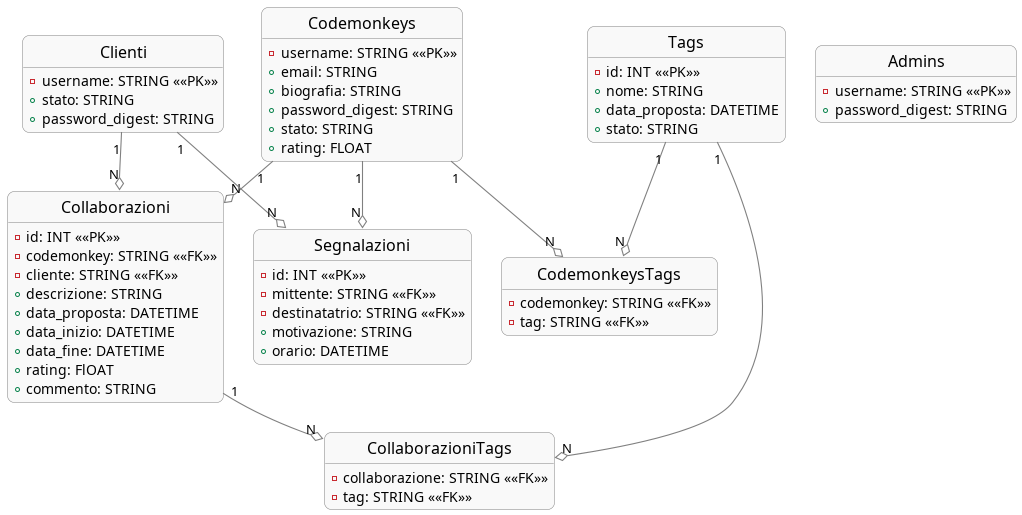
This is docs/assets/plantuml/er.png from iacobucci/codemonkey, a PlantUML export, as it was before one commit.
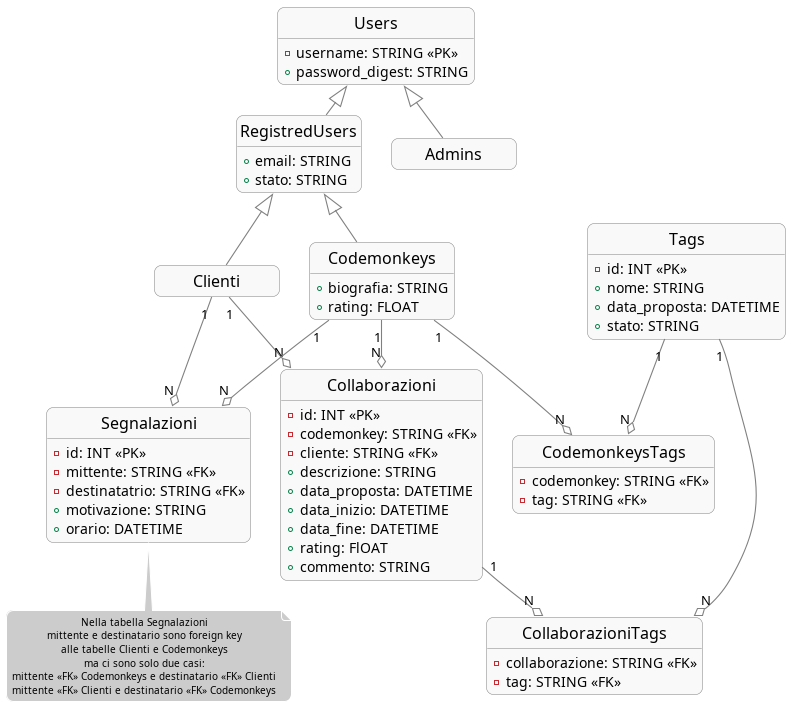
Later version of the same file.

What changed in the source:
```diff
@@ -3,27 +3,28 @@
 
 !define ENTITY entity
 
-!define PRIMARY_KEY <<PK>>
-!define FOREIGN_KEY <<FK>>
+!define PRIMARY_KEY PK
+!define FOREIGN_KEY FK
+
+ENTITY Users {
+  - username: STRING <<PRIMARY_KEY>>
+  + password_digest: STRING
+}
+
+ENTITY RegistredUsers{
+  + email: STRING
+  + stato: STRING
+}
 
 ENTITY Codemonkeys {
-  - username: STRING <<PRIMARY_KEY>>
-  + email: STRING
   + biografia: STRING
-  + password_digest: STRING
-  + stato: STRING
   + rating: FLOAT
 }
 
 ENTITY Clienti {
-  - username: STRING <<PRIMARY_KEY>>
-  + stato: STRING
-  + password_digest: STRING
 }
 
 ENTITY Admins {
-  - username: STRING <<PRIMARY_KEY>>
-  + password_digest: STRING
 }
 
 ENTITY Collaborazioni {
@@ -63,6 +64,20 @@
   + orario: DATETIME
 }
 
+note bottom of Segnalazioni
+  Nella tabella Segnalazioni
+  mittente e destinatario sono foreign key
+  alle tabelle Clienti e Codemonkeys
+  ma ci sono solo due casi:
+  mittente <<FK>> Codemonkeys e destinatario <<FK>> Clienti
+  mittente <<FK>> Clienti e destinatario <<FK>> Codemonkeys
+end note
+
+
+Users <|-- RegistredUsers
+Users <|-- Admins
+RegistredUsers <|-- Codemonkeys
+RegistredUsers <|-- Clienti
 
 Codemonkeys "1" --o "N" Collaborazioni
 Clienti "1" --o "N" Collaborazioni
```
